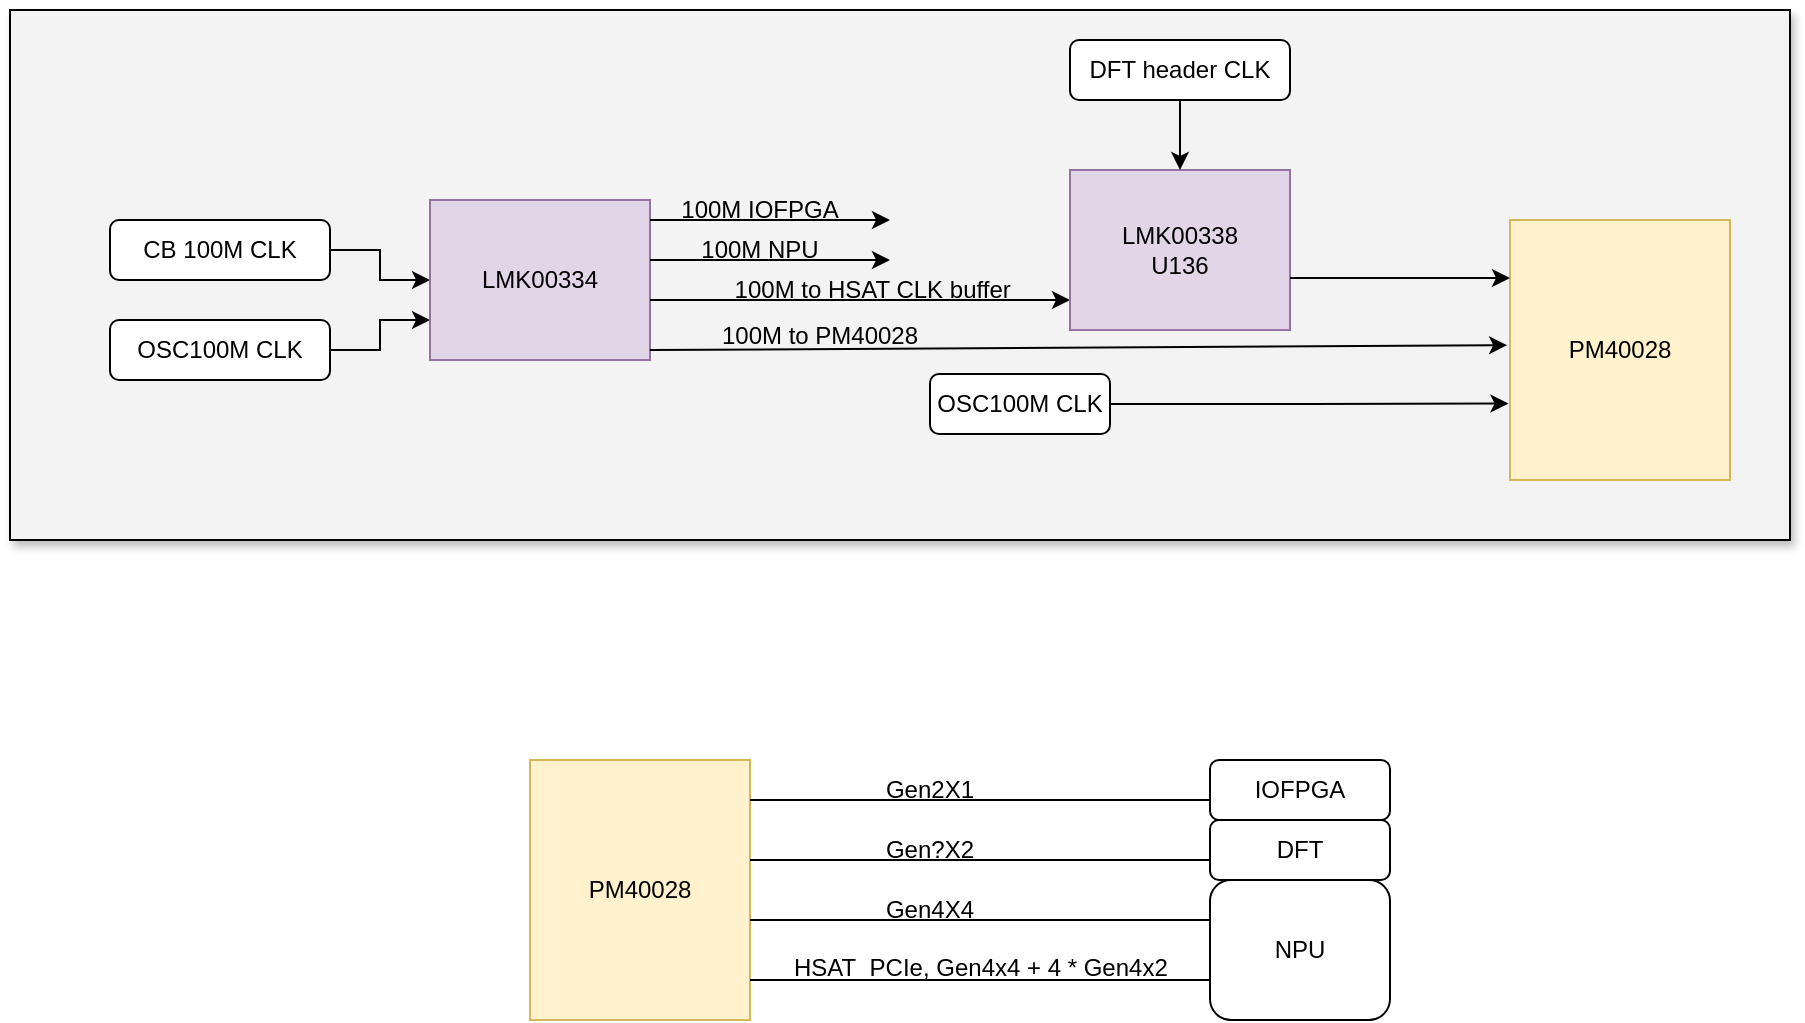
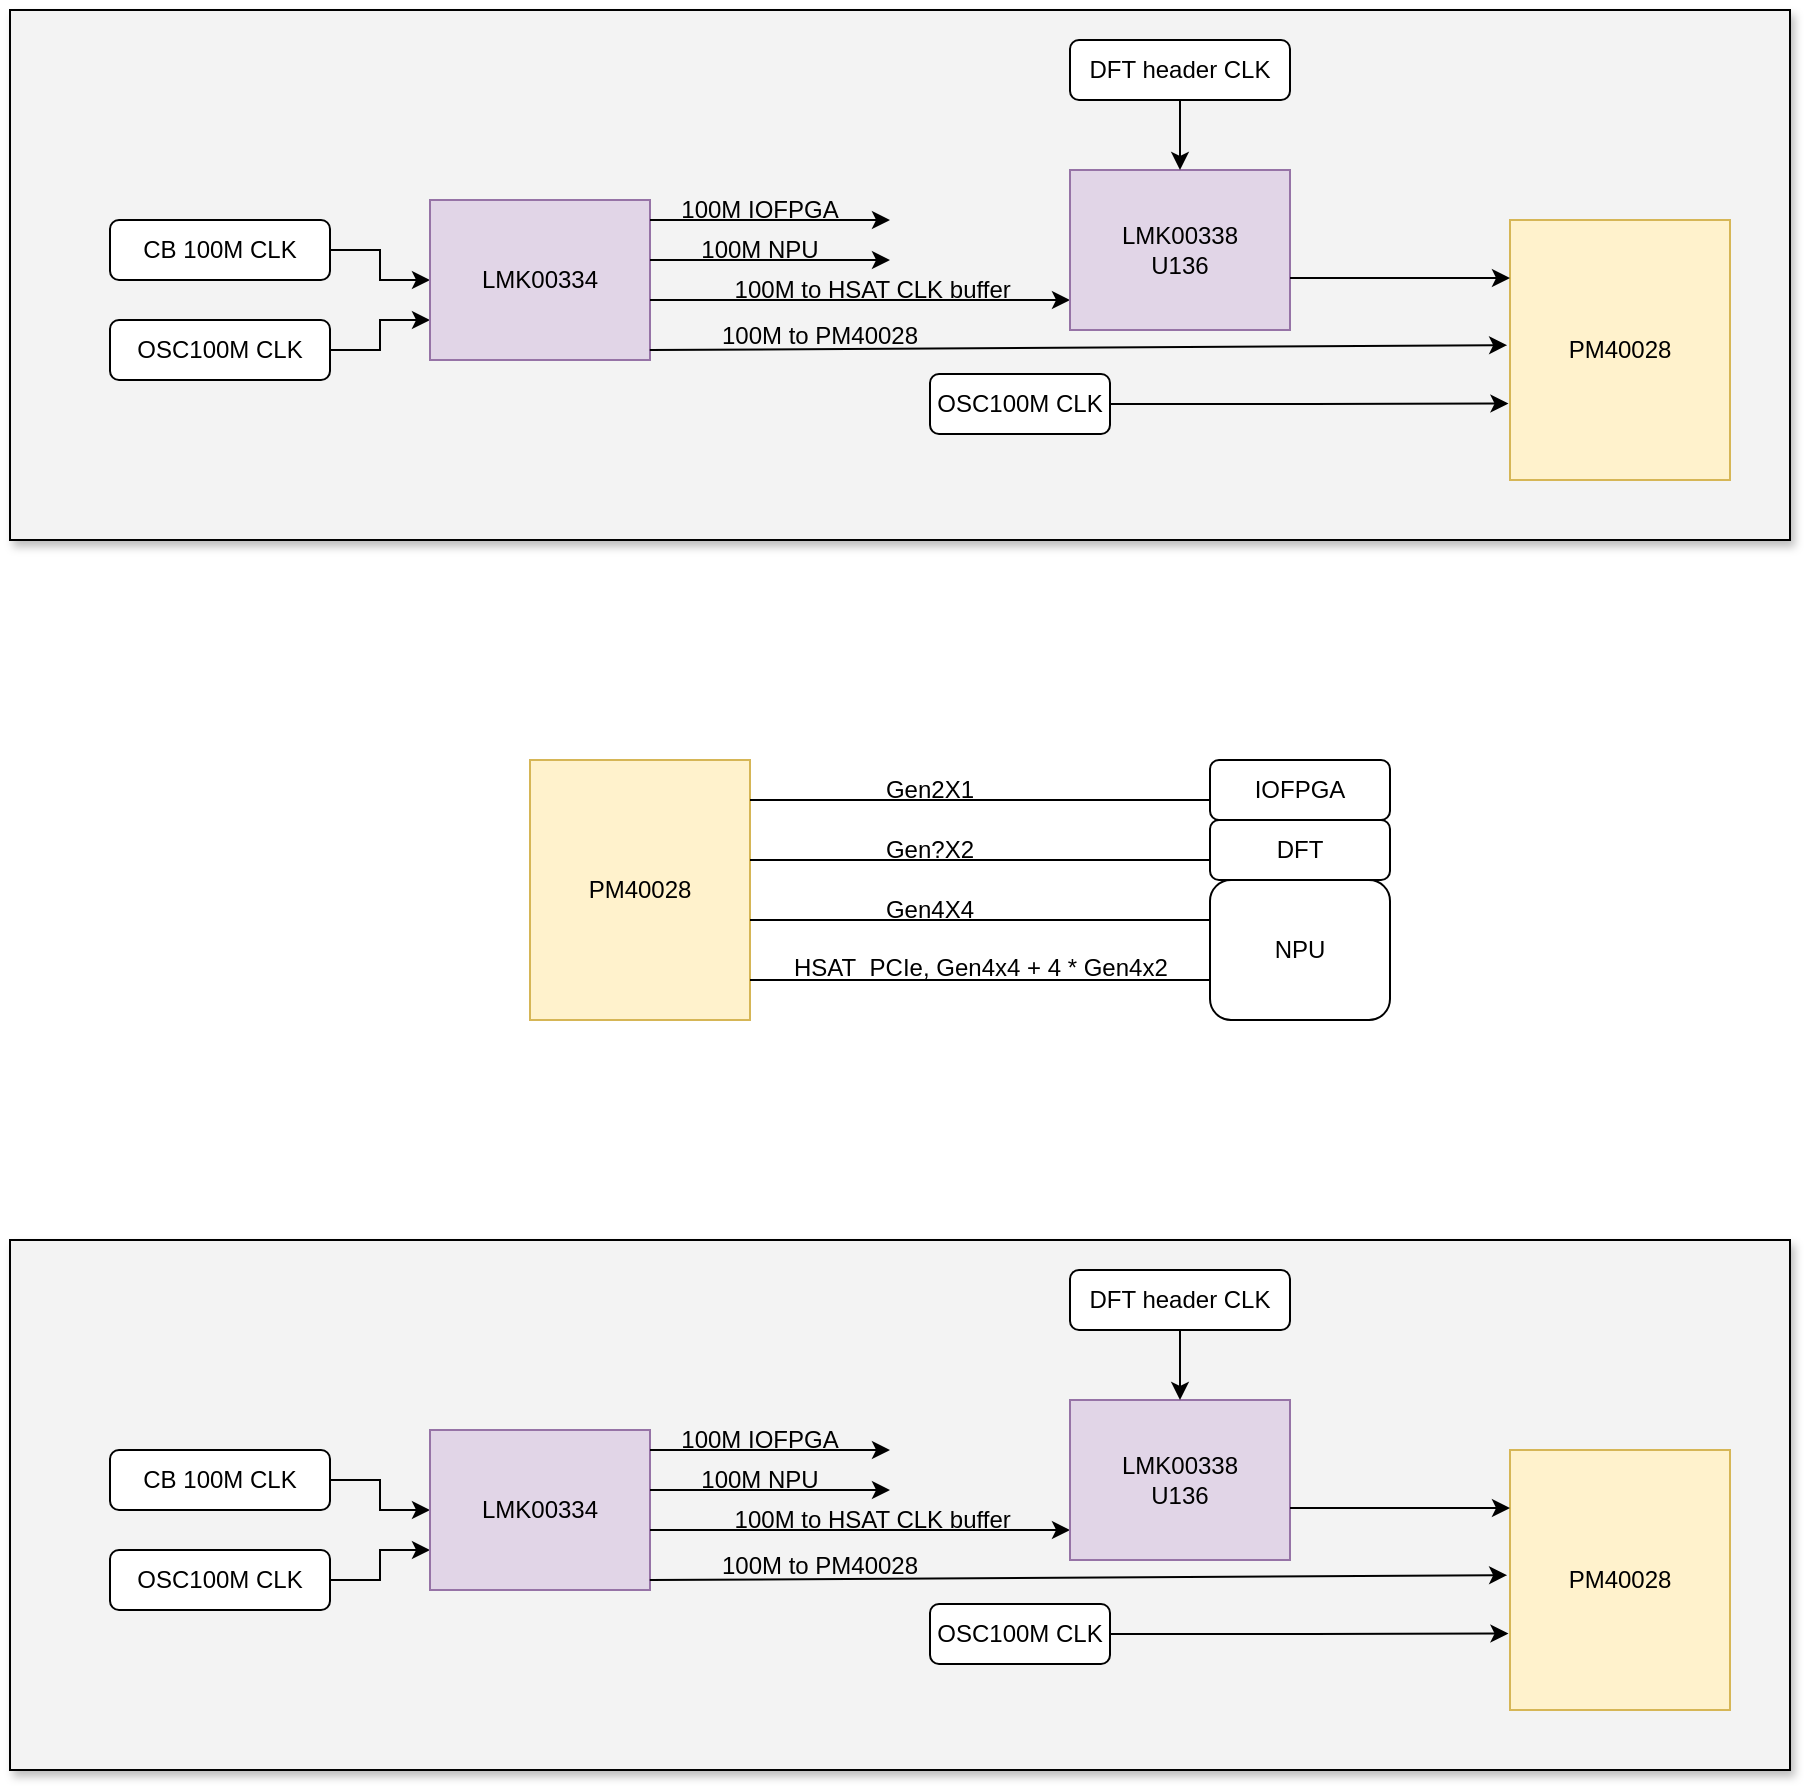
<mxfile host="app.diagrams.net">
  <diagram name="Page-1" id="cJ1i2ZrDSGZ8loSRIs3i">
-     <mxGraphModel dx="1005" dy="500" grid="1" gridSize="10" guides="1" tooltips="1" connect="1" arrows="1" fold="1" page="1" pageScale="1" pageWidth="850" pageHeight="1100" math="0" shadow="0">
+     <mxGraphModel dx="1256" dy="625" grid="1" gridSize="10" guides="1" tooltips="1" connect="1" arrows="1" fold="1" page="1" pageScale="1" pageWidth="850" pageHeight="1100" math="0" shadow="0">
      <root>
        <mxCell id="0" />
        <mxCell id="1" parent="0" />
        <mxCell id="sCWqNb8X9fbYyOMFXr9O-35" parent="1" style="rounded=0;whiteSpace=wrap;html=1;shadow=1;fillColor=#F3F3F3;" value="" vertex="1">
          <mxGeometry height="265" width="890" x="150" y="95" as="geometry" />
        </mxCell>
        <mxCell id="sCWqNb8X9fbYyOMFXr9O-10" edge="1" parent="1" source="sCWqNb8X9fbYyOMFXr9O-2" style="edgeStyle=orthogonalEdgeStyle;rounded=0;orthogonalLoop=1;jettySize=auto;html=1;exitX=1;exitY=0.5;exitDx=0;exitDy=0;" target="sCWqNb8X9fbYyOMFXr9O-5">
          <mxGeometry relative="1" as="geometry" />
        </mxCell>
        <mxCell id="sCWqNb8X9fbYyOMFXr9O-2" parent="1" style="rounded=1;whiteSpace=wrap;html=1;" value="CB 100M CLK" vertex="1">
          <mxGeometry height="30" width="110" x="200" y="200" as="geometry" />
        </mxCell>
        <mxCell id="sCWqNb8X9fbYyOMFXr9O-9" edge="1" parent="1" source="sCWqNb8X9fbYyOMFXr9O-3" style="edgeStyle=orthogonalEdgeStyle;rounded=0;orthogonalLoop=1;jettySize=auto;html=1;exitX=1;exitY=0.5;exitDx=0;exitDy=0;entryX=0;entryY=0.75;entryDx=0;entryDy=0;" target="sCWqNb8X9fbYyOMFXr9O-5">
          <mxGeometry relative="1" as="geometry" />
        </mxCell>
        <mxCell id="sCWqNb8X9fbYyOMFXr9O-3" parent="1" style="rounded=1;whiteSpace=wrap;html=1;" value="OSC100M CLK" vertex="1">
          <mxGeometry height="30" width="110" x="200" y="250" as="geometry" />
        </mxCell>
        <mxCell id="sCWqNb8X9fbYyOMFXr9O-5" parent="1" style="rounded=0;whiteSpace=wrap;html=1;fillColor=#e1d5e7;strokeColor=#9673a6;" value="&lt;span style=&quot;text-align: left;&quot;&gt;LMK00334&lt;/span&gt;" vertex="1">
          <mxGeometry height="80" width="110" x="360" y="190" as="geometry" />
        </mxCell>
        <mxCell id="sCWqNb8X9fbYyOMFXr9O-11" edge="1" parent="1" style="endArrow=classic;html=1;rounded=0;" value="">
          <mxGeometry height="50" relative="1" width="50" as="geometry">
            <mxPoint x="470" y="200" as="sourcePoint" />
            <mxPoint x="590" y="200" as="targetPoint" />
          </mxGeometry>
        </mxCell>
        <mxCell id="sCWqNb8X9fbYyOMFXr9O-12" parent="1" style="text;html=1;whiteSpace=wrap;strokeColor=none;fillColor=none;align=center;verticalAlign=middle;rounded=0;" value="100M IOFPGA" vertex="1">
          <mxGeometry height="30" width="100" x="475" y="180" as="geometry" />
        </mxCell>
        <mxCell id="sCWqNb8X9fbYyOMFXr9O-13" edge="1" parent="1" style="endArrow=classic;html=1;rounded=0;" value="">
          <mxGeometry height="50" relative="1" width="50" as="geometry">
            <mxPoint x="470" y="220" as="sourcePoint" />
            <mxPoint x="590" y="220" as="targetPoint" />
          </mxGeometry>
        </mxCell>
        <mxCell id="sCWqNb8X9fbYyOMFXr9O-14" parent="1" style="text;html=1;whiteSpace=wrap;strokeColor=none;fillColor=none;align=center;verticalAlign=middle;rounded=0;" value="100M NPU" vertex="1">
          <mxGeometry height="30" width="200" x="425" y="200" as="geometry" />
        </mxCell>
        <mxCell id="sCWqNb8X9fbYyOMFXr9O-17" edge="1" parent="1" style="endArrow=classic;html=1;rounded=0;" value="">
          <mxGeometry height="50" relative="1" width="50" as="geometry">
            <mxPoint x="470" y="240" as="sourcePoint" />
            <mxPoint x="680" y="240" as="targetPoint" />
          </mxGeometry>
        </mxCell>
        <mxCell id="sCWqNb8X9fbYyOMFXr9O-18" parent="1" style="text;html=1;whiteSpace=wrap;strokeColor=none;fillColor=none;align=center;verticalAlign=middle;rounded=0;" value="100M to HSAT CLK buffer&amp;nbsp;" vertex="1">
          <mxGeometry height="30" width="230" x="468" y="220" as="geometry" />
        </mxCell>
        <mxCell id="sCWqNb8X9fbYyOMFXr9O-21" parent="1" style="text;html=1;whiteSpace=wrap;strokeColor=none;fillColor=none;align=center;verticalAlign=middle;rounded=0;" value="100M to PM40028" vertex="1">
          <mxGeometry height="30" width="230" x="440" y="243" as="geometry" />
        </mxCell>
        <mxCell id="sCWqNb8X9fbYyOMFXr9O-23" parent="1" style="rounded=1;whiteSpace=wrap;html=1;" value="OSC100M CLK" vertex="1">
          <mxGeometry height="30" width="90" x="610" y="277" as="geometry" />
        </mxCell>
        <mxCell id="sCWqNb8X9fbYyOMFXr9O-24" parent="1" style="rounded=0;whiteSpace=wrap;html=1;fillColor=#fff2cc;strokeColor=#d6b656;" value="&lt;span style=&quot;text-align: left;&quot;&gt;PM40028&lt;/span&gt;" vertex="1">
          <mxGeometry height="130" width="110" x="900" y="200" as="geometry" />
        </mxCell>
        <mxCell id="sCWqNb8X9fbYyOMFXr9O-25" edge="1" parent="1" source="sCWqNb8X9fbYyOMFXr9O-23" style="edgeStyle=orthogonalEdgeStyle;rounded=0;orthogonalLoop=1;jettySize=auto;html=1;exitX=1;exitY=0.5;exitDx=0;exitDy=0;entryX=-0.007;entryY=0.706;entryDx=0;entryDy=0;entryPerimeter=0;" target="sCWqNb8X9fbYyOMFXr9O-24">
          <mxGeometry relative="1" as="geometry" />
        </mxCell>
        <mxCell id="sCWqNb8X9fbYyOMFXr9O-28" parent="1" style="rounded=0;whiteSpace=wrap;html=1;fillColor=#e1d5e7;strokeColor=#9673a6;" value="&lt;span style=&quot;text-align: left;&quot;&gt;LMK00338&lt;/span&gt;&lt;div&gt;&lt;span style=&quot;text-align: left;&quot;&gt;U136&lt;/span&gt;&lt;/div&gt;" vertex="1">
          <mxGeometry height="80" width="110" x="680" y="175" as="geometry" />
        </mxCell>
        <mxCell id="sCWqNb8X9fbYyOMFXr9O-30" edge="1" parent="1" style="endArrow=classic;html=1;rounded=0;exitX=0.13;exitY=0.667;exitDx=0;exitDy=0;exitPerimeter=0;entryX=-0.013;entryY=0.443;entryDx=0;entryDy=0;entryPerimeter=0;" value="">
          <mxGeometry height="50" relative="1" width="50" as="geometry">
            <mxPoint x="469.9000000000001" y="265.01" as="sourcePoint" />
            <mxPoint x="898.5699999999999" y="262.59000000000003" as="targetPoint" />
          </mxGeometry>
        </mxCell>
        <mxCell id="sCWqNb8X9fbYyOMFXr9O-31" edge="1" parent="1" style="endArrow=classic;html=1;rounded=0;" value="">
          <mxGeometry height="50" relative="1" width="50" as="geometry">
            <mxPoint x="790" y="229" as="sourcePoint" />
            <mxPoint x="900" y="229" as="targetPoint" />
          </mxGeometry>
        </mxCell>
        <mxCell id="sCWqNb8X9fbYyOMFXr9O-33" edge="1" parent="1" source="sCWqNb8X9fbYyOMFXr9O-32" style="edgeStyle=orthogonalEdgeStyle;rounded=0;orthogonalLoop=1;jettySize=auto;html=1;exitX=0.5;exitY=1;exitDx=0;exitDy=0;entryX=0.5;entryY=0;entryDx=0;entryDy=0;" target="sCWqNb8X9fbYyOMFXr9O-28">
          <mxGeometry relative="1" as="geometry" />
        </mxCell>
        <mxCell id="sCWqNb8X9fbYyOMFXr9O-32" parent="1" style="rounded=1;whiteSpace=wrap;html=1;" value="DFT header CLK" vertex="1">
          <mxGeometry height="30" width="110" x="680" y="110" as="geometry" />
        </mxCell>
        <mxCell id="sCWqNb8X9fbYyOMFXr9O-34" parent="1" style="rounded=0;whiteSpace=wrap;html=1;fillColor=#fff2cc;strokeColor=#d6b656;" value="&lt;span style=&quot;text-align: left;&quot;&gt;PM40028&lt;/span&gt;" vertex="1">
          <mxGeometry height="130" width="110" x="410" y="470" as="geometry" />
        </mxCell>
        <mxCell id="sCWqNb8X9fbYyOMFXr9O-36" edge="1" parent="1" style="endArrow=none;html=1;rounded=0;" value="">
          <mxGeometry height="50" relative="1" width="50" as="geometry">
            <mxPoint x="520" y="490" as="sourcePoint" />
            <mxPoint x="750" y="490" as="targetPoint" />
          </mxGeometry>
        </mxCell>
        <mxCell id="sCWqNb8X9fbYyOMFXr9O-37" parent="1" style="text;html=1;whiteSpace=wrap;strokeColor=none;fillColor=none;align=center;verticalAlign=middle;rounded=0;" value="Gen2X1" vertex="1">
          <mxGeometry height="30" width="60" x="580" y="470" as="geometry" />
        </mxCell>
        <mxCell id="sCWqNb8X9fbYyOMFXr9O-38" parent="1" style="rounded=1;whiteSpace=wrap;html=1;" value="IOFPGA" vertex="1">
          <mxGeometry height="30" width="90" x="750" y="470" as="geometry" />
        </mxCell>
        <mxCell id="sCWqNb8X9fbYyOMFXr9O-39" edge="1" parent="1" style="endArrow=none;html=1;rounded=0;" value="">
          <mxGeometry height="50" relative="1" width="50" as="geometry">
            <mxPoint x="520" y="520" as="sourcePoint" />
            <mxPoint x="750" y="520" as="targetPoint" />
          </mxGeometry>
        </mxCell>
        <mxCell id="sCWqNb8X9fbYyOMFXr9O-41" parent="1" style="rounded=1;whiteSpace=wrap;html=1;" value="DFT" vertex="1">
          <mxGeometry height="30" width="90" x="750" y="500" as="geometry" />
        </mxCell>
        <mxCell id="sCWqNb8X9fbYyOMFXr9O-42" parent="1" style="text;html=1;whiteSpace=wrap;strokeColor=none;fillColor=none;align=center;verticalAlign=middle;rounded=0;" value="Gen?X2" vertex="1">
          <mxGeometry height="30" width="60" x="580" y="500" as="geometry" />
        </mxCell>
        <mxCell id="sCWqNb8X9fbYyOMFXr9O-43" edge="1" parent="1" style="endArrow=none;html=1;rounded=0;" value="">
          <mxGeometry height="50" relative="1" width="50" as="geometry">
            <mxPoint x="520" y="550" as="sourcePoint" />
            <mxPoint x="750" y="550" as="targetPoint" />
          </mxGeometry>
        </mxCell>
        <mxCell id="sCWqNb8X9fbYyOMFXr9O-44" parent="1" style="text;html=1;whiteSpace=wrap;strokeColor=none;fillColor=none;align=center;verticalAlign=middle;rounded=0;" value="Gen4X4" vertex="1">
          <mxGeometry height="30" width="60" x="580" y="530" as="geometry" />
        </mxCell>
        <mxCell id="sCWqNb8X9fbYyOMFXr9O-45" parent="1" style="rounded=1;whiteSpace=wrap;html=1;" value="NPU" vertex="1">
          <mxGeometry height="70" width="90" x="750" y="530" as="geometry" />
        </mxCell>
        <mxCell id="sCWqNb8X9fbYyOMFXr9O-46" parent="1" style="text;whiteSpace=wrap;" value="HSAT_PCIe, Gen4x4 + 4 * Gen4x2" vertex="1">
          <mxGeometry height="40" width="220" x="540" y="560" as="geometry" />
        </mxCell>
        <mxCell id="sCWqNb8X9fbYyOMFXr9O-47" edge="1" parent="1" style="endArrow=none;html=1;rounded=0;" value="">
          <mxGeometry height="50" relative="1" width="50" as="geometry">
            <mxPoint x="520" y="580" as="sourcePoint" />
            <mxPoint x="750" y="580" as="targetPoint" />
          </mxGeometry>
        </mxCell>
+         <mxCell id="e3QmtQfYv6nuG32EM7W0-1" parent="1" style="rounded=0;whiteSpace=wrap;html=1;shadow=1;fillColor=#F3F3F3;" value="" vertex="1">
+           <mxGeometry height="265" width="890" x="150" y="710" as="geometry" />
+         </mxCell>
+         <mxCell id="e3QmtQfYv6nuG32EM7W0-2" edge="1" parent="1" source="e3QmtQfYv6nuG32EM7W0-3" style="edgeStyle=orthogonalEdgeStyle;rounded=0;orthogonalLoop=1;jettySize=auto;html=1;exitX=1;exitY=0.5;exitDx=0;exitDy=0;" target="e3QmtQfYv6nuG32EM7W0-6">
+           <mxGeometry relative="1" as="geometry" />
+         </mxCell>
+         <mxCell id="e3QmtQfYv6nuG32EM7W0-3" parent="1" style="rounded=1;whiteSpace=wrap;html=1;" value="CB 100M CLK" vertex="1">
+           <mxGeometry height="30" width="110" x="200" y="815" as="geometry" />
+         </mxCell>
+         <mxCell id="e3QmtQfYv6nuG32EM7W0-4" edge="1" parent="1" source="e3QmtQfYv6nuG32EM7W0-5" style="edgeStyle=orthogonalEdgeStyle;rounded=0;orthogonalLoop=1;jettySize=auto;html=1;exitX=1;exitY=0.5;exitDx=0;exitDy=0;entryX=0;entryY=0.75;entryDx=0;entryDy=0;" target="e3QmtQfYv6nuG32EM7W0-6">
+           <mxGeometry relative="1" as="geometry" />
+         </mxCell>
+         <mxCell id="e3QmtQfYv6nuG32EM7W0-5" parent="1" style="rounded=1;whiteSpace=wrap;html=1;" value="OSC100M CLK" vertex="1">
+           <mxGeometry height="30" width="110" x="200" y="865" as="geometry" />
+         </mxCell>
+         <mxCell id="e3QmtQfYv6nuG32EM7W0-6" parent="1" style="rounded=0;whiteSpace=wrap;html=1;fillColor=#e1d5e7;strokeColor=#9673a6;" value="&lt;span style=&quot;text-align: left;&quot;&gt;LMK00334&lt;/span&gt;" vertex="1">
+           <mxGeometry height="80" width="110" x="360" y="805" as="geometry" />
+         </mxCell>
+         <mxCell id="e3QmtQfYv6nuG32EM7W0-7" edge="1" parent="1" style="endArrow=classic;html=1;rounded=0;" value="">
+           <mxGeometry height="50" relative="1" width="50" as="geometry">
+             <mxPoint x="470" y="815" as="sourcePoint" />
+             <mxPoint x="590" y="815" as="targetPoint" />
+           </mxGeometry>
+         </mxCell>
+         <mxCell id="e3QmtQfYv6nuG32EM7W0-8" parent="1" style="text;html=1;whiteSpace=wrap;strokeColor=none;fillColor=none;align=center;verticalAlign=middle;rounded=0;" value="100M IOFPGA" vertex="1">
+           <mxGeometry height="30" width="100" x="475" y="795" as="geometry" />
+         </mxCell>
+         <mxCell id="e3QmtQfYv6nuG32EM7W0-9" edge="1" parent="1" style="endArrow=classic;html=1;rounded=0;" value="">
+           <mxGeometry height="50" relative="1" width="50" as="geometry">
+             <mxPoint x="470" y="835" as="sourcePoint" />
+             <mxPoint x="590" y="835" as="targetPoint" />
+           </mxGeometry>
+         </mxCell>
+         <mxCell id="e3QmtQfYv6nuG32EM7W0-10" parent="1" style="text;html=1;whiteSpace=wrap;strokeColor=none;fillColor=none;align=center;verticalAlign=middle;rounded=0;" value="100M NPU" vertex="1">
+           <mxGeometry height="30" width="200" x="425" y="815" as="geometry" />
+         </mxCell>
+         <mxCell id="e3QmtQfYv6nuG32EM7W0-11" edge="1" parent="1" style="endArrow=classic;html=1;rounded=0;" value="">
+           <mxGeometry height="50" relative="1" width="50" as="geometry">
+             <mxPoint x="470" y="855" as="sourcePoint" />
+             <mxPoint x="680" y="855" as="targetPoint" />
+           </mxGeometry>
+         </mxCell>
+         <mxCell id="e3QmtQfYv6nuG32EM7W0-12" parent="1" style="text;html=1;whiteSpace=wrap;strokeColor=none;fillColor=none;align=center;verticalAlign=middle;rounded=0;" value="100M to HSAT CLK buffer&amp;nbsp;" vertex="1">
+           <mxGeometry height="30" width="230" x="468" y="835" as="geometry" />
+         </mxCell>
+         <mxCell id="e3QmtQfYv6nuG32EM7W0-13" parent="1" style="text;html=1;whiteSpace=wrap;strokeColor=none;fillColor=none;align=center;verticalAlign=middle;rounded=0;" value="100M to PM40028" vertex="1">
+           <mxGeometry height="30" width="230" x="440" y="858" as="geometry" />
+         </mxCell>
+         <mxCell id="e3QmtQfYv6nuG32EM7W0-14" parent="1" style="rounded=1;whiteSpace=wrap;html=1;" value="OSC100M CLK" vertex="1">
+           <mxGeometry height="30" width="90" x="610" y="892" as="geometry" />
+         </mxCell>
+         <mxCell id="e3QmtQfYv6nuG32EM7W0-15" parent="1" style="rounded=0;whiteSpace=wrap;html=1;fillColor=#fff2cc;strokeColor=#d6b656;" value="&lt;span style=&quot;text-align: left;&quot;&gt;PM40028&lt;/span&gt;" vertex="1">
+           <mxGeometry height="130" width="110" x="900" y="815" as="geometry" />
+         </mxCell>
+         <mxCell id="e3QmtQfYv6nuG32EM7W0-16" edge="1" parent="1" source="e3QmtQfYv6nuG32EM7W0-14" style="edgeStyle=orthogonalEdgeStyle;rounded=0;orthogonalLoop=1;jettySize=auto;html=1;exitX=1;exitY=0.5;exitDx=0;exitDy=0;entryX=-0.007;entryY=0.706;entryDx=0;entryDy=0;entryPerimeter=0;" target="e3QmtQfYv6nuG32EM7W0-15">
+           <mxGeometry relative="1" as="geometry" />
+         </mxCell>
+         <mxCell id="e3QmtQfYv6nuG32EM7W0-17" parent="1" style="rounded=0;whiteSpace=wrap;html=1;fillColor=#e1d5e7;strokeColor=#9673a6;" value="&lt;span style=&quot;text-align: left;&quot;&gt;LMK00338&lt;/span&gt;&lt;div&gt;&lt;span style=&quot;text-align: left;&quot;&gt;U136&lt;/span&gt;&lt;/div&gt;" vertex="1">
+           <mxGeometry height="80" width="110" x="680" y="790" as="geometry" />
+         </mxCell>
+         <mxCell id="e3QmtQfYv6nuG32EM7W0-18" edge="1" parent="1" style="endArrow=classic;html=1;rounded=0;exitX=0.13;exitY=0.667;exitDx=0;exitDy=0;exitPerimeter=0;entryX=-0.013;entryY=0.443;entryDx=0;entryDy=0;entryPerimeter=0;" value="">
+           <mxGeometry height="50" relative="1" width="50" as="geometry">
+             <mxPoint x="469.9000000000001" y="880.01" as="sourcePoint" />
+             <mxPoint x="898.5699999999999" y="877.59" as="targetPoint" />
+           </mxGeometry>
+         </mxCell>
+         <mxCell id="e3QmtQfYv6nuG32EM7W0-19" edge="1" parent="1" style="endArrow=classic;html=1;rounded=0;" value="">
+           <mxGeometry height="50" relative="1" width="50" as="geometry">
+             <mxPoint x="790" y="844" as="sourcePoint" />
+             <mxPoint x="900" y="844" as="targetPoint" />
+           </mxGeometry>
+         </mxCell>
+         <mxCell id="e3QmtQfYv6nuG32EM7W0-20" edge="1" parent="1" source="e3QmtQfYv6nuG32EM7W0-21" style="edgeStyle=orthogonalEdgeStyle;rounded=0;orthogonalLoop=1;jettySize=auto;html=1;exitX=0.5;exitY=1;exitDx=0;exitDy=0;entryX=0.5;entryY=0;entryDx=0;entryDy=0;" target="e3QmtQfYv6nuG32EM7W0-17">
+           <mxGeometry relative="1" as="geometry" />
+         </mxCell>
+         <mxCell id="e3QmtQfYv6nuG32EM7W0-21" parent="1" style="rounded=1;whiteSpace=wrap;html=1;" value="DFT header CLK" vertex="1">
+           <mxGeometry height="30" width="110" x="680" y="725" as="geometry" />
+         </mxCell>
      </root>
    </mxGraphModel>
  </diagram>
</mxfile>
